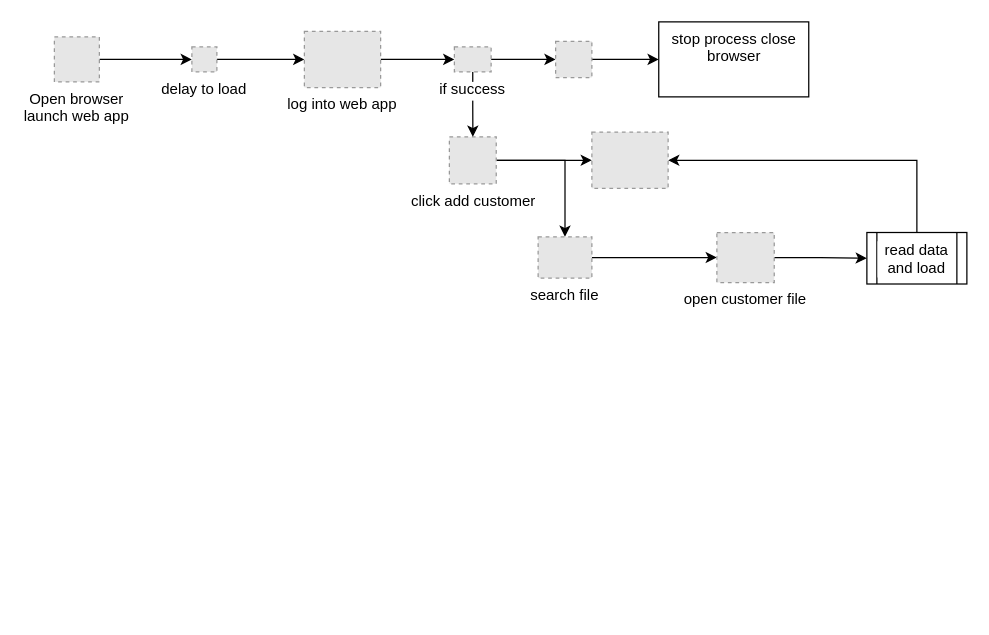
jfruiz11375/rpa-diagrams keeps this draw.io diagram as rpa-customer-data-load.drawio. Above is the earlier version. Source tidied: cells renumbered, new cells numbered last; positions are measured from the earlier drawing's top-left corner, leaving out a move shared by most shapes. Both pictures are drawn from the tidied source at 125%, with x=0, y=0 at pixel (54, 21). Pictures stored in the file or linked from it are replaced by grey dashed boxes.
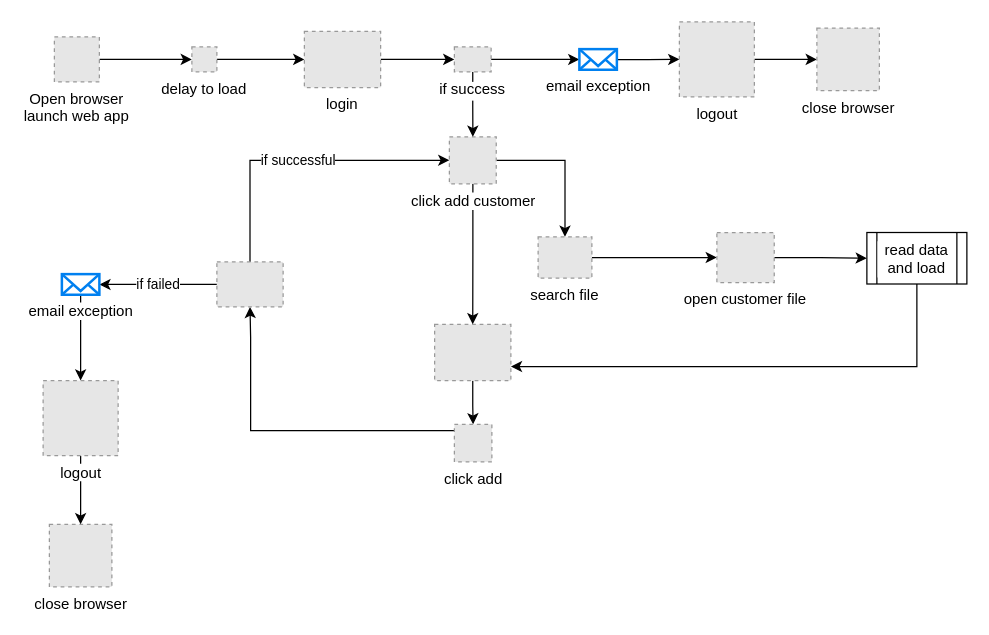
After the change.

Unchanged cells that the change refers to:
```xml
<mxCell id="15" value="click add customer" style="fillColor=#E6E6E6;strokeColor=#999999;dashed=1;html=1;verticalAlign=top;verticalLabelPosition=bottom;labelBackgroundColor=#ffffff;" parent="1" vertex="1">
  <mxGeometry x="316" y="92" width="37.5" height="37.5" as="geometry" />
</mxCell>
<mxCell id="18" value="if success" style="fillColor=#E6E6E6;strokeColor=#999999;dashed=1;verticalLabelPosition=bottom;labelBackgroundColor=#ffffff;verticalAlign=top;" parent="1" vertex="1">
  <mxGeometry x="320" y="20" width="29.4" height="20" as="geometry" />
</mxCell>
<mxCell id="20" value="read data and load" style="shape=process;whiteSpace=wrap;html=1;backgroundOutline=1;verticalAlign=top;labelBackgroundColor=#ffffff;" parent="1" vertex="1">
  <mxGeometry x="650" y="168.5" width="80" height="41.2" as="geometry" />
</mxCell>
```

Change to the diagram source:
```diff
@@
-    <mxCell id="5" value="log into web app" style="fillColor=#E6E6E6;strokeColor=#999999;dashed=1;verticalLabelPosition=bottom;labelBackgroundColor=#ffffff;verticalAlign=top;" parent="1" vertex="1">
+    <mxCell id="5" value="login" style="fillColor=#E6E6E6;strokeColor=#999999;dashed=1;verticalLabelPosition=bottom;labelBackgroundColor=#ffffff;verticalAlign=top;" parent="1" vertex="1">
       <mxGeometry x="200" y="7.5" width="61" height="45" as="geometry" />
     </mxCell>
+    <mxCell id="24" style="edgeStyle=orthogonalEdgeStyle;rounded=0;jettySize=auto;html=1;" parent="1" edge="1" source="6" target="27">
+      <mxGeometry relative="1" as="geometry" />
+    </mxCell>
     <mxCell id="6" style="fillColor=#E6E6E6;strokeColor=#999999;dashed=1;verticalLabelPosition=bottom;labelBackgroundColor=#ffffff;verticalAlign=top;" parent="1" vertex="1">
-      <mxGeometry x="430" y="88.2" width="61" height="45" as="geometry" />
+      <mxGeometry x="304.2" y="242" width="61" height="45" as="geometry" />
     </mxCell>
@@
-    <mxCell id="17" style="edgeStyle=orthogonalEdgeStyle;rounded=0;jettySize=auto;html=1;" parent="1" edge="1" source="18" target="22">
-      <mxGeometry relative="1" as="geometry" />
-    </mxCell>
+    <mxCell id="25" style="edgeStyle=orthogonalEdgeStyle;rounded=0;jettySize=auto;html=1;" parent="1" edge="1" source="18" target="37">
+      <mxGeometry relative="1" as="geometry" />
+    </mxCell>
@@
-    <mxCell id="19" style="edgeStyle=orthogonalEdgeStyle;rounded=0;jettySize=auto;html=1;entryX=1;entryY=0.5;entryDx=0;entryDy=0;" parent="1" edge="1" source="20" target="6">
+    <mxCell id="19" style="edgeStyle=orthogonalEdgeStyle;rounded=0;jettySize=auto;html=1;entryX=1;entryY=0.75;entryDx=0;entryDy=0;" parent="1" edge="1" source="20" target="6">
       <mxGeometry relative="1" as="geometry">
         <Array as="points">
-          <mxPoint x="690" y="111" />
+          <mxPoint x="690" y="276" />
         </Array>
       </mxGeometry>
     </mxCell>
@@
-    <mxCell id="21" style="edgeStyle=orthogonalEdgeStyle;rounded=0;jettySize=auto;html=1;" parent="1" edge="1" source="22" target="23">
-      <mxGeometry relative="1" as="geometry" />
-    </mxCell>
-    <mxCell id="22" style="fillColor=#E6E6E6;strokeColor=#999999;dashed=1;verticalLabelPosition=bottom;labelBackgroundColor=#ffffff;verticalAlign=top;" parent="1" vertex="1">
-      <mxGeometry x="401" y="15.5" width="29" height="29" as="geometry" />
-    </mxCell>
-    <mxCell id="23" value="stop process close browser" style="whiteSpace=wrap;html=1;verticalAlign=top;labelBackgroundColor=#ffffff;" parent="1" vertex="1">
-      <mxGeometry x="483.5" width="120" height="60" as="geometry" />
-    </mxCell>
+    <mxCell id="26" style="edgeStyle=orthogonalEdgeStyle;rounded=0;jettySize=auto;html=1;entryX=0.5;entryY=1;entryDx=0;entryDy=0;" parent="1" edge="1" source="27" target="30">
+      <mxGeometry relative="1" as="geometry">
+        <Array as="points">
+          <mxPoint x="157" y="327" />
+          <mxPoint x="157" y="252" />
+        </Array>
+      </mxGeometry>
+    </mxCell>
+    <mxCell id="27" value="click add" style="fillColor=#E6E6E6;strokeColor=#999999;dashed=1;html=1;verticalAlign=top;verticalLabelPosition=bottom;labelBackgroundColor=#ffffff;" parent="1" vertex="1">
+      <mxGeometry x="320" y="322" width="30" height="30" as="geometry" />
+    </mxCell>
+    <mxCell id="28" value="if successful" style="edgeStyle=orthogonalEdgeStyle;rounded=0;jettySize=auto;html=1;entryX=0;entryY=0.5;entryDx=0;entryDy=0;exitX=0.5;exitY=0;exitDx=0;exitDy=0;" parent="1" edge="1" source="30" target="15">
+      <mxGeometry relative="1" as="geometry">
+        <Array as="points">
+          <mxPoint x="157" y="111" />
+        </Array>
+      </mxGeometry>
+    </mxCell>
+    <mxCell id="29" value="if failed" style="edgeStyle=orthogonalEdgeStyle;rounded=0;jettySize=auto;html=1;entryX=1;entryY=0.5;entryDx=0;entryDy=0;entryPerimeter=0;" parent="1" edge="1" source="30" target="32">
+      <mxGeometry relative="1" as="geometry" />
+    </mxCell>
+    <mxCell id="30" style="fillColor=#E6E6E6;strokeColor=#999999;dashed=1;verticalLabelPosition=bottom;labelBackgroundColor=#ffffff;verticalAlign=top;" parent="1" vertex="1">
+      <mxGeometry x="130" y="192" width="53" height="36" as="geometry" />
+    </mxCell>
+    <mxCell id="31" style="edgeStyle=orthogonalEdgeStyle;rounded=0;jettySize=auto;html=1;" parent="1" edge="1" source="32" target="35">
+      <mxGeometry relative="1" as="geometry" />
+    </mxCell>
+    <mxCell id="32" value="email exception" style="html=1;verticalLabelPosition=bottom;align=center;labelBackgroundColor=#ffffff;verticalAlign=top;strokeWidth=2;strokeColor=#0080F0;shadow=0;dashed=0;shape=mxgraph.ios7.icons.mail;" parent="1" vertex="1">
+      <mxGeometry x="6" y="201.8" width="30" height="16.5" as="geometry" />
+    </mxCell>
+    <mxCell id="33" value="close browser" style="fillColor=#E6E6E6;strokeColor=#999999;dashed=1;html=1;verticalAlign=top;verticalLabelPosition=bottom;labelBackgroundColor=#ffffff;" parent="1" vertex="1">
+      <mxGeometry x="-4" y="402" width="50" height="50" as="geometry" />
+    </mxCell>
+    <mxCell id="34" style="edgeStyle=orthogonalEdgeStyle;rounded=0;jettySize=auto;html=1;" parent="1" edge="1" source="35" target="33">
+      <mxGeometry relative="1" as="geometry" />
+    </mxCell>
+    <mxCell id="35" value="logout" style="fillColor=#E6E6E6;strokeColor=#999999;dashed=1;html=1;verticalAlign=top;verticalLabelPosition=bottom;labelBackgroundColor=#ffffff;" parent="1" vertex="1">
+      <mxGeometry x="-9" y="287" width="60" height="60" as="geometry" />
+    </mxCell>
+    <mxCell id="36" style="edgeStyle=orthogonalEdgeStyle;rounded=0;jettySize=auto;html=1;" parent="1" edge="1" source="37" target="39">
+      <mxGeometry relative="1" as="geometry" />
+    </mxCell>
+    <mxCell id="37" value="email exception" style="html=1;verticalLabelPosition=bottom;align=center;labelBackgroundColor=#ffffff;verticalAlign=top;strokeWidth=2;strokeColor=#0080F0;shadow=0;dashed=0;shape=mxgraph.ios7.icons.mail;" parent="1" vertex="1">
+      <mxGeometry x="420" y="21.8" width="30" height="16.5" as="geometry" />
+    </mxCell>
+    <mxCell id="38" style="edgeStyle=orthogonalEdgeStyle;rounded=0;jettySize=auto;html=1;" parent="1" edge="1" source="39" target="40">
+      <mxGeometry relative="1" as="geometry" />
+    </mxCell>
+    <mxCell id="39" value="logout" style="fillColor=#E6E6E6;strokeColor=#999999;dashed=1;html=1;verticalAlign=top;verticalLabelPosition=bottom;labelBackgroundColor=#ffffff;" parent="1" vertex="1">
+      <mxGeometry x="500" width="60" height="60" as="geometry" />
+    </mxCell>
+    <mxCell id="40" value="close browser" style="fillColor=#E6E6E6;strokeColor=#999999;dashed=1;html=1;verticalAlign=top;verticalLabelPosition=bottom;labelBackgroundColor=#ffffff;" parent="1" vertex="1">
+      <mxGeometry x="610" y="5" width="50" height="50" as="geometry" />
+    </mxCell>
```
